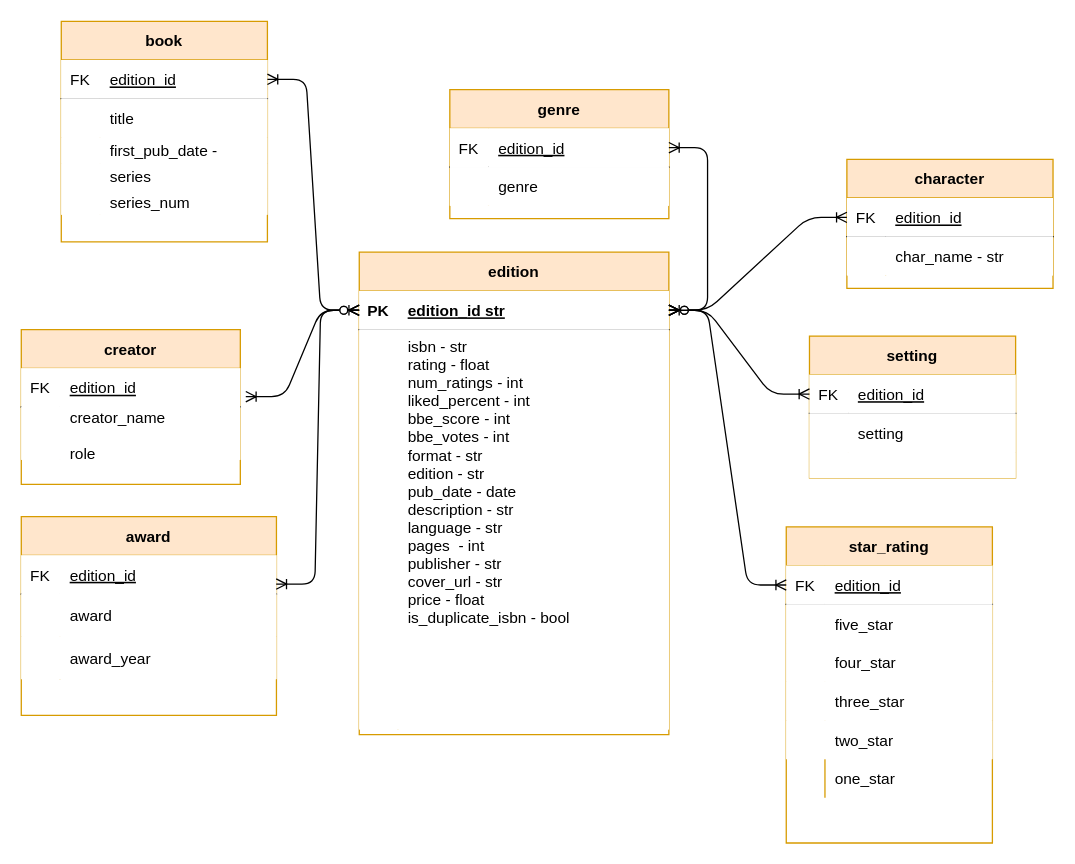
This is artifacts/books_db.drawio from codeslp/books_db, a draw.io file, before an edit. Source tidied: cells renumbered, new cells numbered last; positions are measured from the earlier drawing's top-left corner, leaving out a move shared by most shapes. Both pictures are drawn from the tidied source at 129%, with x=0, y=0 at pixel (21, 21).
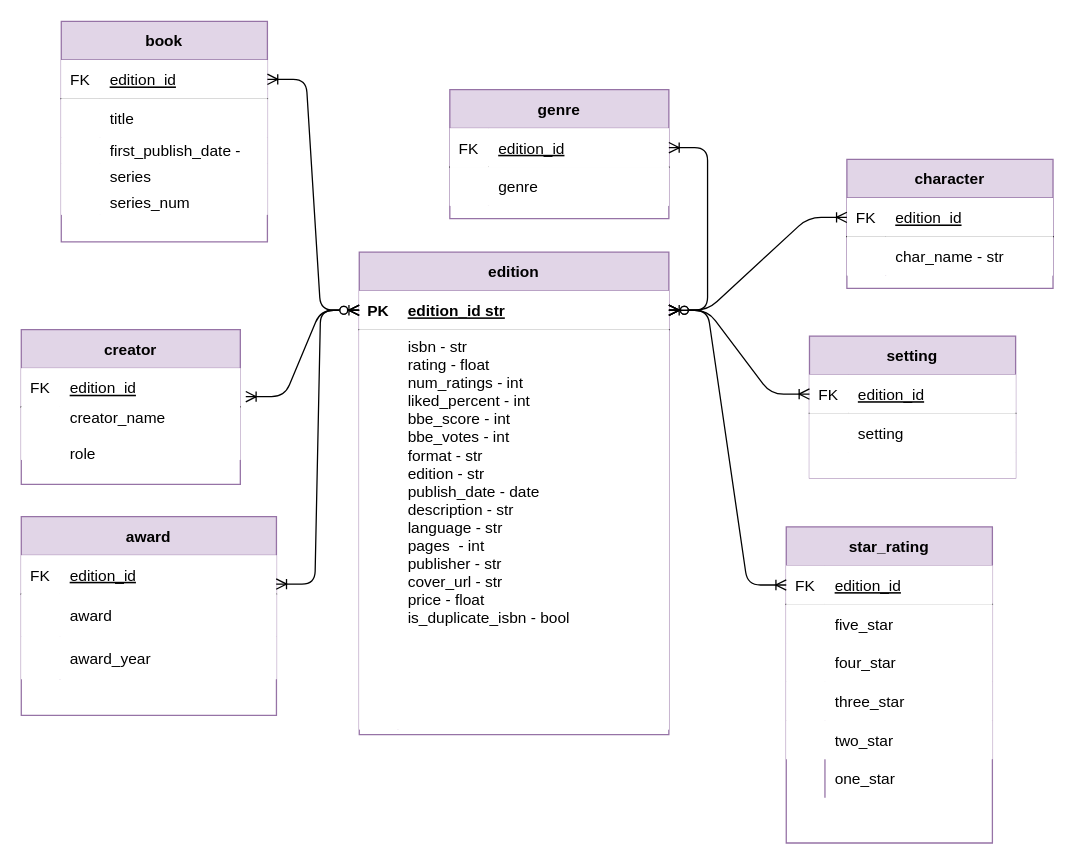
After the change.

Unchanged cells that the change refers to:
```xml
<mxCell id="7" style="shape=partialRectangle;top=0;left=0;right=0;bottom=0;" parent="3" vertex="1">
  <mxGeometry y="60" width="240" height="310" as="geometry" />
</mxCell>
<mxCell id="31" style="group;" parent="1" vertex="1">
  <mxGeometry y="384" width="197.8" height="184" as="geometry" />
</mxCell>
<mxCell id="83" style="shape=partialRectangle;top=0;left=0;right=0;bottom=0;" parent="76" vertex="1">
  <mxGeometry y="90" width="159.8" height="20" as="geometry" />
</mxCell>
```

Diff of the diagram source:
```diff
@@
-    <mxCell id="3" value="edition" style="shape=table;startSize=30;childLayout=tableLayout;rowLines=0;fontStyle=1;align=center;fillColor=#ffe6cc;strokeColor=#d79b00;" parent="1" vertex="1">
+    <mxCell id="3" value="edition" style="shape=table;startSize=30;childLayout=tableLayout;rowLines=0;fontStyle=1;align=center;fillColor=#e1d5e7;strokeColor=#9673a6;" parent="1" vertex="1">
       <mxGeometry x="262" y="179" width="240" height="374" as="geometry" />
     </mxCell>
@@
-    <mxCell id="9" value="isbn - str&#10;rating - float&#10;num_ratings - int&#10;liked_percent - int&#10;bbe_score - int&#10;bbe_votes - int&#10;format - str&#10;edition - str&#10;pub_date - date&#10;description - str&#10;language - str&#10;pages  - int&#10;publisher - str&#10;cover_url - str&#10;price - float&#10;is_duplicate_isbn - bool" style="shape=partialRectangle;overflow=hidden;top=0;left=0;bottom=0;right=0;align=left;spacingLeft=6;verticalAlign=top;" parent="7" vertex="1">
+    <mxCell id="9" value="isbn - str&#10;rating - float&#10;num_ratings - int&#10;liked_percent - int&#10;bbe_score - int&#10;bbe_votes - int&#10;format - str&#10;edition - str&#10;publish_date - date&#10;description - str&#10;language - str&#10;pages  - int&#10;publisher - str&#10;cover_url - str&#10;price - float&#10;is_duplicate_isbn - bool" style="shape=partialRectangle;overflow=hidden;top=0;left=0;bottom=0;right=0;align=left;spacingLeft=6;verticalAlign=top;" parent="7" vertex="1">
       <mxGeometry x="30" width="210" height="310" as="geometry" />
     </mxCell>
-    <mxCell id="10" value="creator" style="shape=table;startSize=30;childLayout=tableLayout;rowLines=0;fontStyle=1;align=center;fillColor=#ffe6cc;strokeColor=#d79b00;" parent="1" vertex="1">
+    <mxCell id="10" value="creator" style="shape=table;startSize=30;childLayout=tableLayout;rowLines=0;fontStyle=1;align=center;fillColor=#e1d5e7;strokeColor=#9673a6;" parent="1" vertex="1">
       <mxGeometry y="239" width="169.8" height="120" as="geometry" />
     </mxCell>
@@
-    <mxCell id="17" value="genre" style="shape=table;startSize=30;childLayout=tableLayout;rowLines=0;fontStyle=1;align=center;fillColor=#ffe6cc;strokeColor=#d79b00;" parent="1" vertex="1">
+    <mxCell id="17" value="genre" style="shape=table;startSize=30;childLayout=tableLayout;rowLines=0;fontStyle=1;align=center;fillColor=#e1d5e7;strokeColor=#9673a6;" parent="1" vertex="1">
       <mxGeometry x="332.2" y="53" width="169.8" height="100" as="geometry" />
     </mxCell>
@@
-    <mxCell id="24" value="character" style="shape=table;startSize=30;childLayout=tableLayout;rowLines=0;fontStyle=1;align=center;fillColor=#ffe6cc;strokeColor=#d79b00;" parent="1" vertex="1">
+    <mxCell id="24" value="character" style="shape=table;startSize=30;childLayout=tableLayout;rowLines=0;fontStyle=1;align=center;fillColor=#e1d5e7;strokeColor=#9673a6;" parent="1" vertex="1">
       <mxGeometry x="640" y="107" width="159.8" height="100" as="geometry" />
     </mxCell>
@@
-    <mxCell id="32" value="award" style="shape=table;startSize=30;childLayout=tableLayout;rowLines=0;fontStyle=1;align=center;fillColor=#ffe6cc;strokeColor=#d79b00;" parent="31" vertex="1">
+    <mxCell id="32" value="award" style="shape=table;startSize=30;childLayout=tableLayout;rowLines=0;fontStyle=1;align=center;fillColor=#e1d5e7;strokeColor=#9673a6;" parent="31" vertex="1">
       <mxGeometry width="197.8" height="154" as="geometry" />
     </mxCell>
@@
-    <mxCell id="42" value="setting" style="shape=table;startSize=30;childLayout=tableLayout;rowLines=0;fontStyle=1;align=center;fillColor=#ffe6cc;strokeColor=#d79b00;" parent="1" vertex="1">
+    <mxCell id="42" value="setting" style="shape=table;startSize=30;childLayout=tableLayout;rowLines=0;fontStyle=1;align=center;fillColor=#e1d5e7;strokeColor=#9673a6;" parent="1" vertex="1">
       <mxGeometry x="611" y="244" width="159.8" height="110" as="geometry" />
     </mxCell>
@@
-    <mxCell id="56" value="star_rating" style="shape=table;startSize=30;childLayout=tableLayout;rowLines=0;fontStyle=1;align=center;fillColor=#ffe6cc;strokeColor=#d79b00;" parent="1" vertex="1">
+    <mxCell id="56" value="star_rating" style="shape=table;startSize=30;childLayout=tableLayout;rowLines=0;fontStyle=1;align=center;fillColor=#e1d5e7;strokeColor=#9673a6;" parent="1" vertex="1">
       <mxGeometry x="593" y="392" width="159.8" height="245" as="geometry" />
     </mxCell>
@@
-    <mxCell id="76" value="book" style="shape=table;startSize=30;childLayout=tableLayout;rowLines=0;fontStyle=1;align=center;fillColor=#ffe6cc;strokeColor=#d79b00;" parent="1" vertex="1">
+    <mxCell id="76" value="book" style="shape=table;startSize=30;childLayout=tableLayout;rowLines=0;fontStyle=1;align=center;fillColor=#e1d5e7;strokeColor=#9673a6;" parent="1" vertex="1">
       <mxGeometry x="31" width="159.8" height="171" as="geometry" />
     </mxCell>
@@
-    <mxCell id="85" value="first_pub_date - " style="shape=partialRectangle;overflow=hidden;top=0;left=0;bottom=0;right=0;align=left;spacingLeft=6;" parent="83" vertex="1">
+    <mxCell id="85" value="first_publish_date - " style="shape=partialRectangle;overflow=hidden;top=0;left=0;bottom=0;right=0;align=left;spacingLeft=6;" parent="83" vertex="1">
       <mxGeometry x="30" width="129.8" height="20" as="geometry" />
     </mxCell>
```
